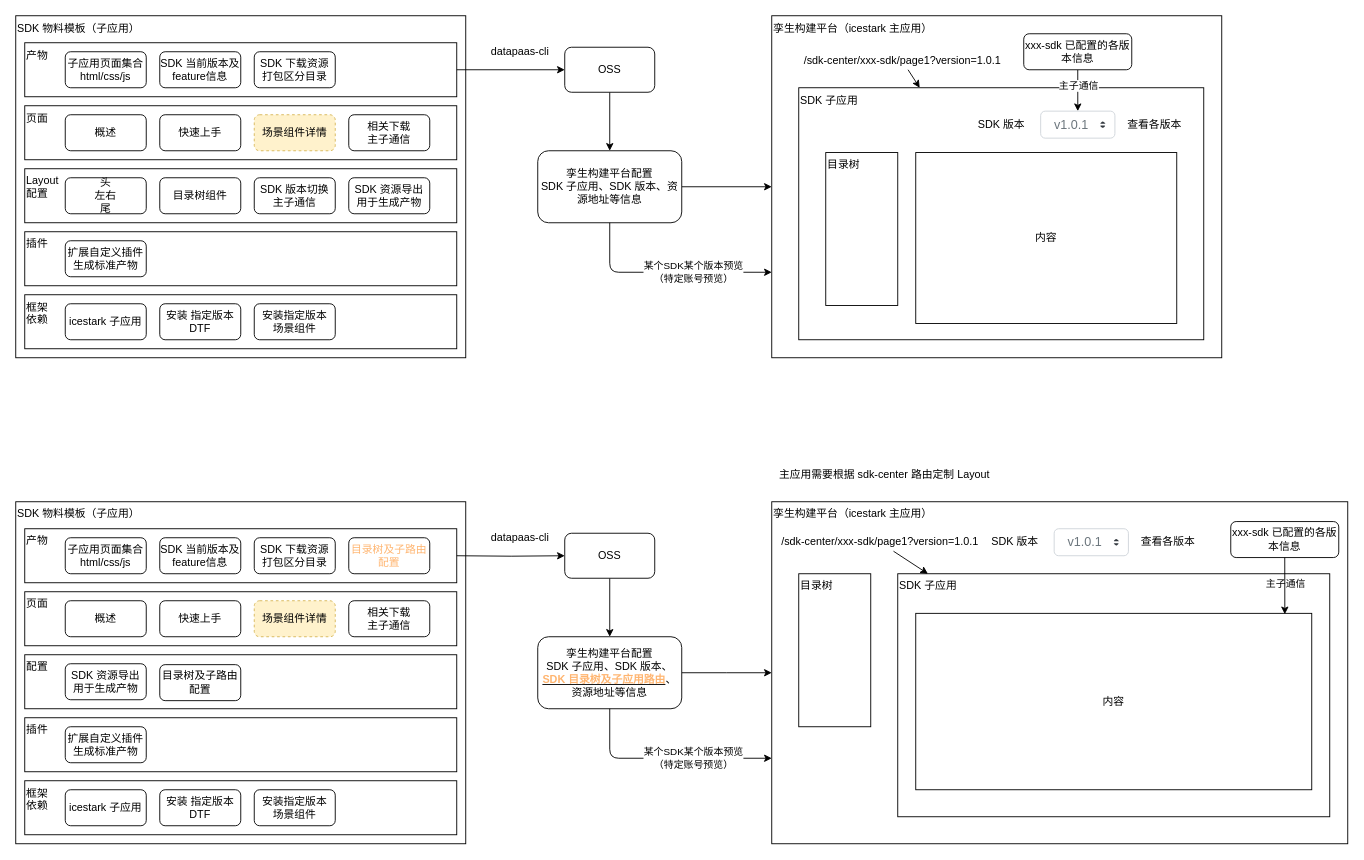
Earlier version of the draw.io diagram page "孪生服务中心-SDK设计" (4 of 4) of 场景库.drawio (xiazhiqiang/diagrams). Source tidied: cells renumbered, new cells numbered last; positions are measured from the earlier drawing's top-left corner, leaving out a move shared by most shapes. Both pictures are drawn from the tidied source at 90%, with x=0, y=0 at pixel (15, 15).
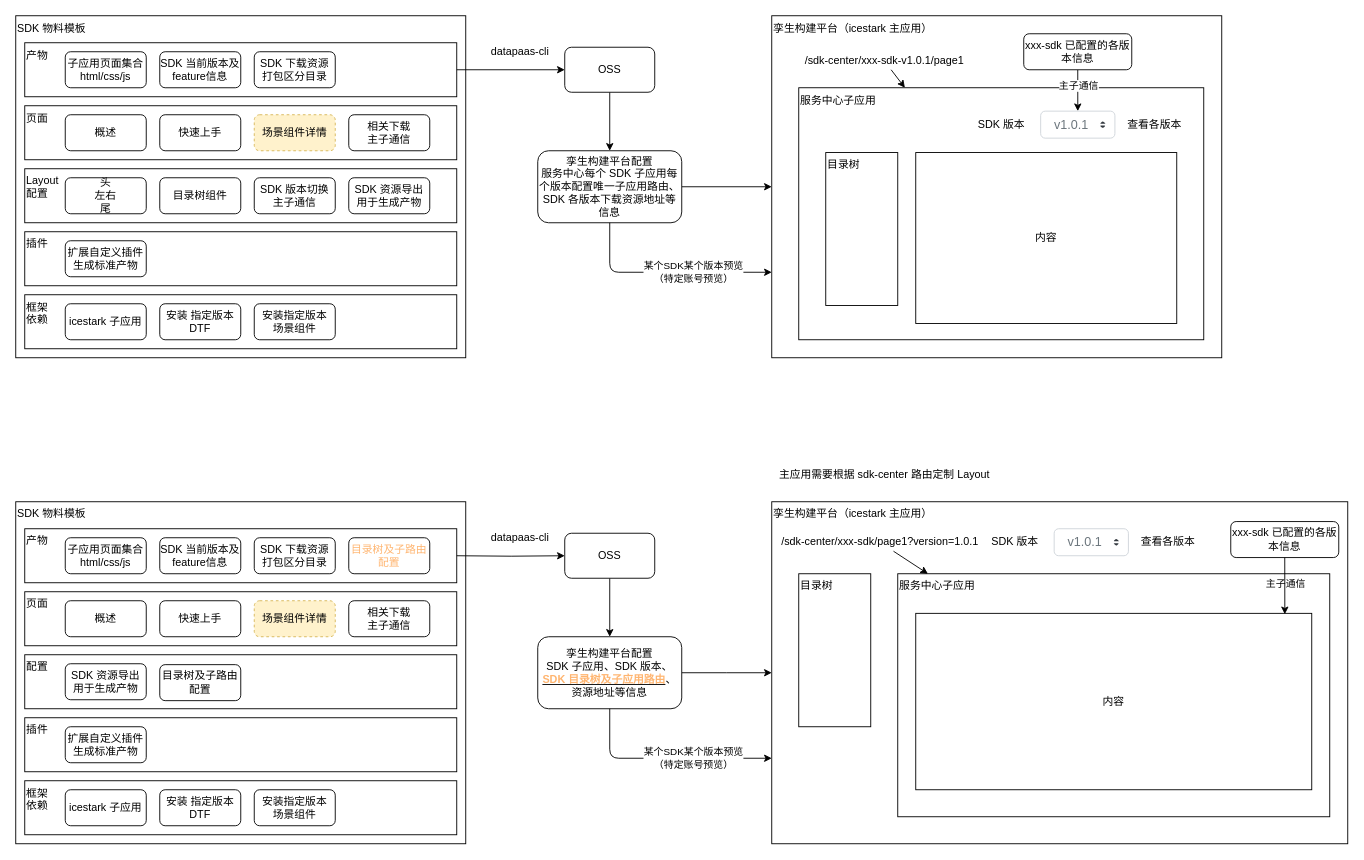
Above is the later version.

Commit message:
更新场景库.drawio

Change to the diagram source:
```diff
@@
-    <mxCell id="2" value="SDK 物料模板（子应用）" style="rounded=0;whiteSpace=wrap;html=1;align=left;verticalAlign=top;" parent="1" vertex="1">
+    <mxCell id="2" value="SDK 物料模板" style="rounded=0;whiteSpace=wrap;html=1;align=left;verticalAlign=top;" parent="1" vertex="1">
       <mxGeometry width="500" height="380" as="geometry" />
     </mxCell>
@@
-    <mxCell id="27" value="SDK 子应用" style="rounded=0;whiteSpace=wrap;html=1;align=left;verticalAlign=top;" parent="1" vertex="1">
+    <mxCell id="27" value="服务中心子应用" style="rounded=0;whiteSpace=wrap;html=1;align=left;verticalAlign=top;" parent="1" vertex="1">
       <mxGeometry x="870" y="80" width="450" height="280" as="geometry" />
     </mxCell>
@@
-    <mxCell id="29" value="孪生构建平台配置&lt;br&gt;SDK 子应用、SDK 版本、资源地址等信息" style="rounded=1;whiteSpace=wrap;html=1;align=center;verticalAlign=middle;" parent="1" vertex="1">
+    <mxCell id="29" value="孪生构建平台配置&lt;br&gt;服务中心每个 SDK 子应用每个版本配置唯一子应用路由、SDK 各版本下载资源地址等信息" style="rounded=1;whiteSpace=wrap;html=1;align=center;verticalAlign=middle;" parent="1" vertex="1">
       <mxGeometry x="580" y="150" width="160" height="80" as="geometry" />
     </mxCell>
@@
-    <mxCell id="36" value="/sdk-center/xxx-sdk/page1?version=1.0.1" style="text;html=1;align=center;verticalAlign=middle;points=[];strokeColor=none;" parent="1" vertex="1">
-      <mxGeometry x="870" y="40" width="230" height="20" as="geometry" />
+    <mxCell id="36" value="/sdk-center/xxx-sdk-v1.0.1/page1" style="text;html=1;align=center;verticalAlign=middle;points=[];strokeColor=none;" parent="1" vertex="1">
+      <mxGeometry x="870" y="40" width="190" height="20" as="geometry" />
     </mxCell>
@@
-    <mxCell id="44" value="SDK 物料模板（子应用）" style="rounded=0;whiteSpace=wrap;html=1;align=left;verticalAlign=top;" parent="1" vertex="1">
+    <mxCell id="44" value="SDK 物料模板" style="rounded=0;whiteSpace=wrap;html=1;align=left;verticalAlign=top;" parent="1" vertex="1">
       <mxGeometry y="540" width="500" height="380" as="geometry" />
     </mxCell>
@@
-    <mxCell id="64" value="SDK 子应用" style="rounded=0;whiteSpace=wrap;html=1;align=left;verticalAlign=top;" parent="1" vertex="1">
+    <mxCell id="64" value="服务中心子应用" style="rounded=0;whiteSpace=wrap;html=1;align=left;verticalAlign=top;" parent="1" vertex="1">
       <mxGeometry x="980" y="620" width="480" height="270" as="geometry" />
     </mxCell>
```
